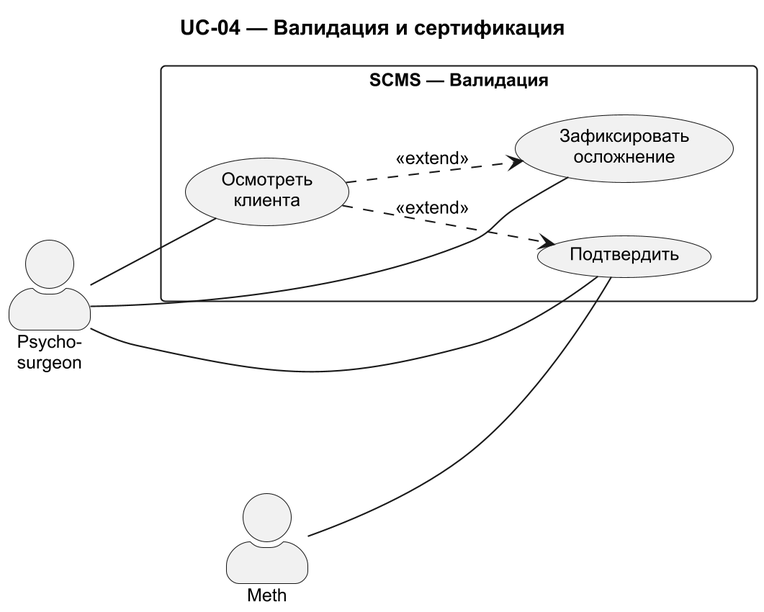
This is use-case-diagrams/uc04-validation.png from ErnandesDaniel/modified-carbon, a PlantUML export, as it was before one commit.
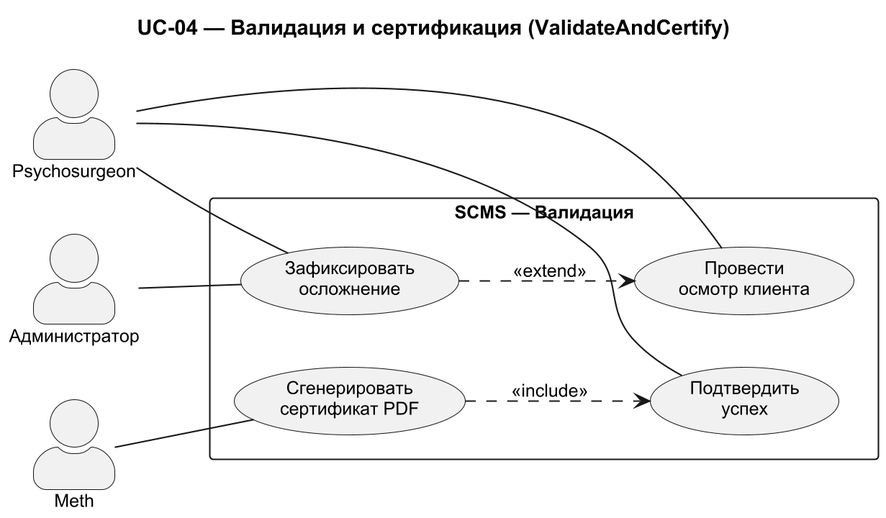
Above is the later version.

Diff of the diagram source:
```diff
@@ -7,24 +7,27 @@
 
 left to right direction
 
-title UC-04 — Валидация и сертификация
+title UC-04 — Валидация и сертификация (ValidateAndCertify)
 
 rectangle "SCMS — Валидация" {
 
-  usecase "Осмотреть\nклиента" as EXAM
-  usecase "Подтвердить" as OK
+  usecase "Провести\nосмотр клиента" as EXAM
+  usecase "Подтвердить\nуспех" as OK
   usecase "Зафиксировать\nосложнение" as COMP
+  usecase "Сгенерировать\nсертификат PDF" as PDF
 
-  EXAM ..> OK : <<extend>>
-  EXAM ..> COMP : <<extend>>
+  COMP ..> EXAM : <<extend>>
+  PDF ..> OK : <<include>>
 }
 
-actor "Psycho-\nsurgeon" as PSY
+actor "Psychosurgeon" as PSY
 actor "Meth" as METH
+actor "Администратор" as ADMIN
 
 PSY -- EXAM
 PSY -- OK
 PSY -- COMP
-METH -- OK
+METH -- PDF
+ADMIN -- COMP
 
 @enduml
```
